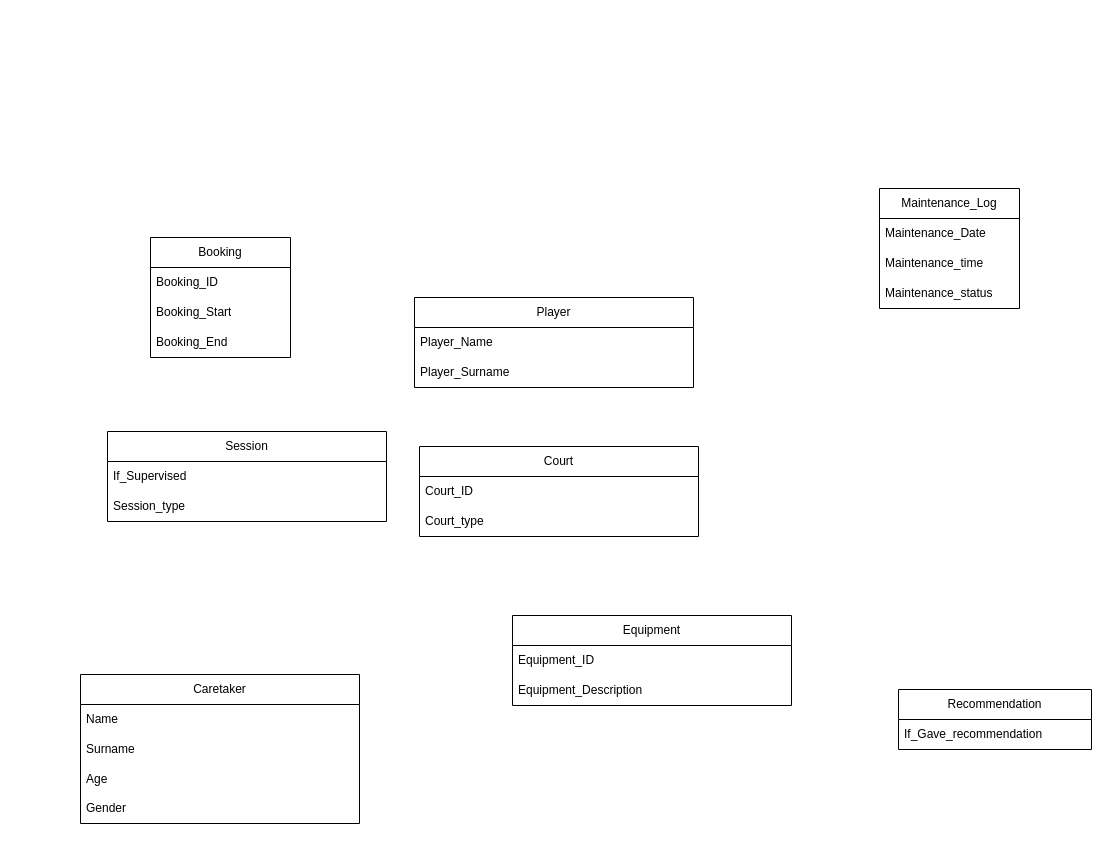
Before: DB_cwk.drawio in frajdzia/DB_cwk, a draw.io diagram. Source tidied: cells renumbered, new cells numbered last; positions are measured from the earlier drawing's top-left corner, leaving out a move shared by most shapes. Both pictures are drawn from the tidied source at 100%, with x=0, y=0 at pixel (80, 188).
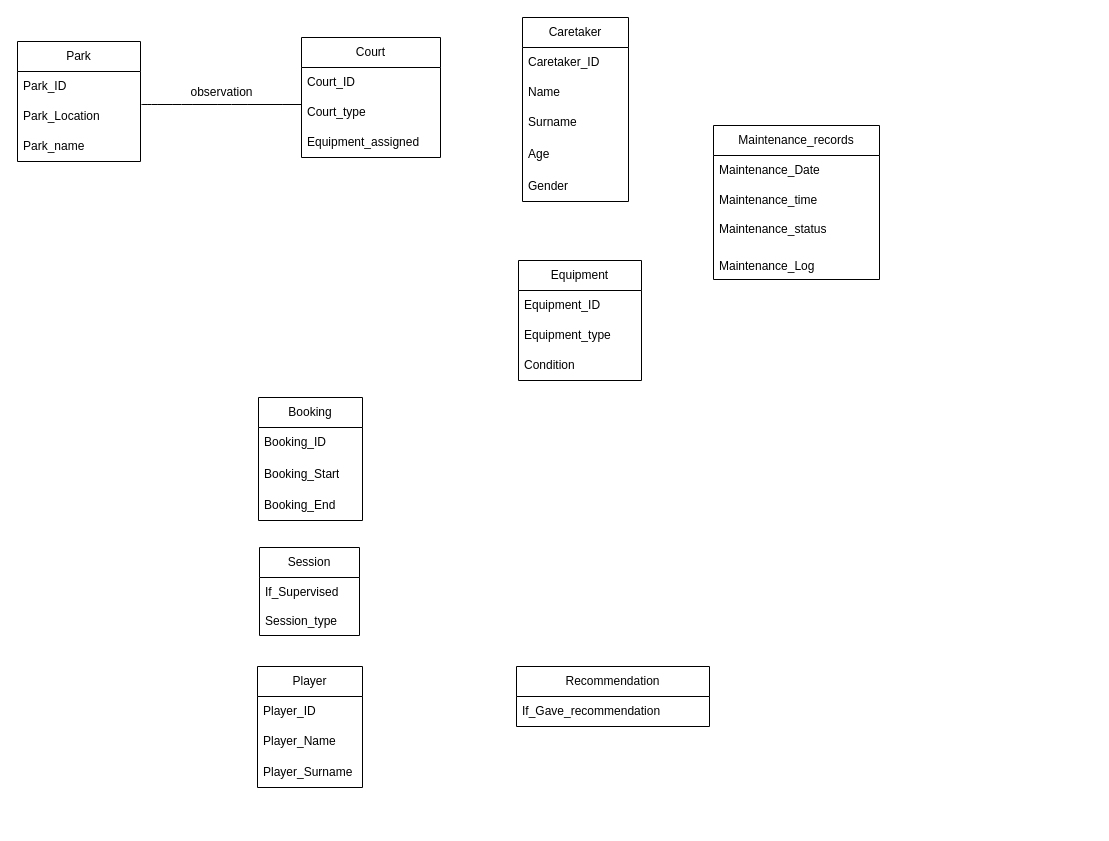
The same page after the edit.

Diff of the diagram source:
```diff
@@
     <mxCell id="2" value="Caretaker" style="swimlane;fontStyle=0;horizontal=1;startSize=30;whiteSpace=wrap;html=1;" parent="1" vertex="1">
-      <mxGeometry y="486" width="279" height="149" as="geometry" />
+      <mxGeometry x="442" y="-171" width="106" height="184" as="geometry" />
     </mxCell>
-    <mxCell id="3" value="Name" style="text;strokeColor=none;fillColor=none;align=left;verticalAlign=middle;spacingLeft=4;spacingRight=4;overflow=hidden;whiteSpace=wrap;html=1;" parent="2" vertex="1">
-      <mxGeometry y="30" width="279" height="30" as="geometry" />
+    <mxCell id="3" value="Caretaker_ID" style="text;strokeColor=none;fillColor=none;align=left;verticalAlign=middle;spacingLeft=4;spacingRight=4;overflow=hidden;whiteSpace=wrap;html=1;" parent="2" vertex="1">
+      <mxGeometry y="30" width="106" height="30" as="geometry" />
     </mxCell>
+    <mxCell id="29" value="Name" style="text;strokeColor=none;fillColor=none;align=left;verticalAlign=middle;spacingLeft=4;spacingRight=4;overflow=hidden;whiteSpace=wrap;html=1;" parent="2" vertex="1">
+      <mxGeometry y="60" width="106" height="30" as="geometry" />
+    </mxCell>
     <mxCell id="4" value="Surname" style="text;strokeColor=none;fillColor=none;align=left;verticalAlign=middle;spacingLeft=4;spacingRight=4;overflow=hidden;whiteSpace=wrap;html=1;" parent="2" vertex="1">
-      <mxGeometry y="60" width="279" height="30" as="geometry" />
+      <mxGeometry y="90" width="106" height="30" as="geometry" />
     </mxCell>
     <mxCell id="5" value="Age" style="text;strokeColor=none;fillColor=none;align=left;verticalAlign=middle;spacingLeft=4;spacingRight=4;overflow=hidden;whiteSpace=wrap;html=1;" parent="2" vertex="1">
-      <mxGeometry y="90" width="279" height="29" as="geometry" />
+      <mxGeometry y="120" width="106" height="34" as="geometry" />
     </mxCell>
     <mxCell id="6" value="Gender" style="text;strokeColor=none;fillColor=none;align=left;verticalAlign=middle;spacingLeft=4;spacingRight=4;overflow=hidden;whiteSpace=wrap;html=1;" parent="2" vertex="1">
-      <mxGeometry y="119" width="279" height="30" as="geometry" />
+      <mxGeometry y="154" width="106" height="30" as="geometry" />
     </mxCell>
     <mxCell id="7" value="Court" style="swimlane;fontStyle=0;horizontal=1;startSize=30;whiteSpace=wrap;html=1;" parent="1" vertex="1">
-      <mxGeometry x="339" y="258" width="279" height="90" as="geometry" />
+      <mxGeometry x="221" y="-151" width="139" height="120" as="geometry" />
     </mxCell>
     <mxCell id="8" value="Court_ID" style="text;strokeColor=none;fillColor=none;align=left;verticalAlign=middle;spacingLeft=4;spacingRight=4;overflow=hidden;whiteSpace=wrap;html=1;" parent="7" vertex="1">
-      <mxGeometry y="30" width="279" height="30" as="geometry" />
+      <mxGeometry y="30" width="139" height="30" as="geometry" />
     </mxCell>
     <mxCell id="9" value="Court_type" style="text;strokeColor=none;fillColor=none;align=left;verticalAlign=middle;spacingLeft=4;spacingRight=4;overflow=hidden;whiteSpace=wrap;html=1;" parent="7" vertex="1">
-      <mxGeometry y="60" width="279" height="30" as="geometry" />
+      <mxGeometry y="60" width="139" height="30" as="geometry" />
     </mxCell>
+    <mxCell id="30" value="Equipment_assigned" style="text;strokeColor=none;fillColor=none;align=left;verticalAlign=middle;spacingLeft=4;spacingRight=4;overflow=hidden;whiteSpace=wrap;html=1;" parent="7" vertex="1">
+      <mxGeometry y="90" width="139" height="30" as="geometry" />
+    </mxCell>
     <mxCell id="10" value="Equipment" style="swimlane;fontStyle=0;horizontal=1;startSize=30;whiteSpace=wrap;html=1;" parent="1" vertex="1">
-      <mxGeometry x="432" y="427" width="279" height="90" as="geometry" />
+      <mxGeometry x="438" y="72" width="123" height="120" as="geometry" />
     </mxCell>
     <mxCell id="11" value="Equipment_ID" style="text;strokeColor=none;fillColor=none;align=left;verticalAlign=middle;spacingLeft=4;spacingRight=4;overflow=hidden;whiteSpace=wrap;html=1;" parent="10" vertex="1">
-      <mxGeometry y="30" width="279" height="30" as="geometry" />
+      <mxGeometry y="30" width="123" height="30" as="geometry" />
     </mxCell>
-    <mxCell id="12" value="Equipment_Description" style="text;strokeColor=none;fillColor=none;align=left;verticalAlign=middle;spacingLeft=4;spacingRight=4;overflow=hidden;whiteSpace=wrap;html=1;" parent="10" vertex="1">
-      <mxGeometry y="60" width="279" height="30" as="geometry" />
+    <mxCell id="12" value="Equipment_type" style="text;strokeColor=none;fillColor=none;align=left;verticalAlign=middle;spacingLeft=4;spacingRight=4;overflow=hidden;whiteSpace=wrap;html=1;" parent="10" vertex="1">
+      <mxGeometry y="60" width="123" height="30" as="geometry" />
     </mxCell>
+    <mxCell id="31" value="Condition" style="text;strokeColor=none;fillColor=none;align=left;verticalAlign=middle;spacingLeft=4;spacingRight=4;overflow=hidden;whiteSpace=wrap;html=1;" parent="10" vertex="1">
+      <mxGeometry y="90" width="123" height="30" as="geometry" />
+    </mxCell>
     <mxCell id="13" value="Session" style="swimlane;fontStyle=0;horizontal=1;startSize=30;whiteSpace=wrap;html=1;" parent="1" vertex="1">
-      <mxGeometry x="27" y="243" width="279" height="90" as="geometry" />
+      <mxGeometry x="179" y="359" width="100" height="88" as="geometry" />
     </mxCell>
     <mxCell id="14" value="If_Supervised" style="text;strokeColor=none;fillColor=none;align=left;verticalAlign=middle;spacingLeft=4;spacingRight=4;overflow=hidden;whiteSpace=wrap;html=1;" parent="13" vertex="1">
-      <mxGeometry y="30" width="279" height="30" as="geometry" />
+      <mxGeometry y="30" width="100" height="30" as="geometry" />
     </mxCell>
     <mxCell id="15" value="Session_type" style="text;strokeColor=none;fillColor=none;align=left;verticalAlign=middle;spacingLeft=4;spacingRight=4;overflow=hidden;whiteSpace=wrap;html=1;" parent="13" vertex="1">
-      <mxGeometry y="60" width="279" height="30" as="geometry" />
+      <mxGeometry y="60" width="100" height="28" as="geometry" />
     </mxCell>
     <mxCell id="16" value="Player" style="swimlane;fontStyle=0;horizontal=1;startSize=30;whiteSpace=wrap;html=1;" parent="1" vertex="1">
-      <mxGeometry x="334" y="109" width="279" height="90" as="geometry" />
+      <mxGeometry x="177" y="478" width="105" height="121" as="geometry" />
     </mxCell>
-    <mxCell id="17" value="Player_Name" style="text;strokeColor=none;fillColor=none;align=left;verticalAlign=middle;spacingLeft=4;spacingRight=4;overflow=hidden;whiteSpace=wrap;html=1;" parent="16" vertex="1">
-      <mxGeometry y="30" width="279" height="30" as="geometry" />
+    <mxCell id="17" value="Player_ID" style="text;strokeColor=none;fillColor=none;align=left;verticalAlign=middle;spacingLeft=4;spacingRight=4;overflow=hidden;whiteSpace=wrap;html=1;" parent="16" vertex="1">
+      <mxGeometry y="30" width="105" height="30" as="geometry" />
     </mxCell>
+    <mxCell id="32" value="Player_Name" style="text;strokeColor=none;fillColor=none;align=left;verticalAlign=middle;spacingLeft=4;spacingRight=4;overflow=hidden;whiteSpace=wrap;html=1;" parent="16" vertex="1">
+      <mxGeometry y="60" width="105" height="30" as="geometry" />
+    </mxCell>
     <mxCell id="18" value="Player_Surname" style="text;strokeColor=none;fillColor=none;align=left;verticalAlign=middle;spacingLeft=4;spacingRight=4;overflow=hidden;whiteSpace=wrap;html=1;" parent="16" vertex="1">
-      <mxGeometry y="60" width="279" height="30" as="geometry" />
+      <mxGeometry y="90" width="105" height="31" as="geometry" />
     </mxCell>
     <mxCell id="19" value="Recommendation" style="swimlane;fontStyle=0;horizontal=1;startSize=30;whiteSpace=wrap;html=1;" parent="1" vertex="1">
-      <mxGeometry x="818" y="501" width="193" height="60" as="geometry" />
+      <mxGeometry x="436" y="478" width="193" height="60" as="geometry" />
     </mxCell>
@@
     <mxCell id="21" value="Booking" style="swimlane;fontStyle=0;horizontal=1;startSize=30;whiteSpace=wrap;html=1;" parent="1" vertex="1">
-      <mxGeometry x="70" y="49" width="140" height="120" as="geometry" />
+      <mxGeometry x="178" y="209" width="104" height="123" as="geometry" />
     </mxCell>
     <mxCell id="22" value="Booking_ID" style="text;strokeColor=none;fillColor=none;align=left;verticalAlign=middle;spacingLeft=4;spacingRight=4;overflow=hidden;whiteSpace=wrap;html=1;" parent="21" vertex="1">
-      <mxGeometry y="30" width="140" height="30" as="geometry" />
+      <mxGeometry y="30" width="104" height="30" as="geometry" />
     </mxCell>
     <mxCell id="23" value="Booking_Start" style="text;strokeColor=none;fillColor=none;align=left;verticalAlign=middle;spacingLeft=4;spacingRight=4;overflow=hidden;whiteSpace=wrap;html=1;" parent="21" vertex="1">
-      <mxGeometry y="60" width="140" height="30" as="geometry" />
+      <mxGeometry y="60" width="104" height="33" as="geometry" />
     </mxCell>
     <mxCell id="24" value="Booking_End" style="text;strokeColor=none;fillColor=none;align=left;verticalAlign=middle;spacingLeft=4;spacingRight=4;overflow=hidden;whiteSpace=wrap;html=1;" parent="21" vertex="1">
-      <mxGeometry y="90" width="140" height="30" as="geometry" />
+      <mxGeometry y="93" width="104" height="30" as="geometry" />
     </mxCell>
-    <mxCell id="25" value="Maintenance_Log" style="swimlane;fontStyle=0;horizontal=1;startSize=30;whiteSpace=wrap;html=1;" parent="1" vertex="1">
-      <mxGeometry x="799" width="140" height="120" as="geometry" />
+    <mxCell id="25" value="Maintenance_records" style="swimlane;fontStyle=0;horizontal=1;startSize=30;whiteSpace=wrap;html=1;" parent="1" vertex="1">
+      <mxGeometry x="633" y="-63" width="166" height="154" as="geometry" />
     </mxCell>
     <mxCell id="26" value="Maintenance_Date" style="text;strokeColor=none;fillColor=none;align=left;verticalAlign=middle;spacingLeft=4;spacingRight=4;overflow=hidden;whiteSpace=wrap;html=1;" parent="25" vertex="1">
-      <mxGeometry y="30" width="140" height="30" as="geometry" />
+      <mxGeometry y="30" width="166" height="30" as="geometry" />
     </mxCell>
     <mxCell id="27" value="Maintenance_time" style="text;strokeColor=none;fillColor=none;align=left;verticalAlign=middle;spacingLeft=4;spacingRight=4;overflow=hidden;whiteSpace=wrap;html=1;" parent="25" vertex="1">
-      <mxGeometry y="60" width="140" height="30" as="geometry" />
+      <mxGeometry y="60" width="166" height="30" as="geometry" />
     </mxCell>
     <mxCell id="28" value="Maintenance_status" style="text;strokeColor=none;fillColor=none;align=left;verticalAlign=middle;spacingLeft=4;spacingRight=4;overflow=hidden;whiteSpace=wrap;html=1;" parent="25" vertex="1">
-      <mxGeometry y="90" width="140" height="30" as="geometry" />
+      <mxGeometry y="90" width="166" height="27" as="geometry" />
     </mxCell>
+    <mxCell id="33" value="&#10;&lt;span style=&quot;color: rgb(0, 0, 0); font-family: Helvetica; font-size: 12px; font-style: normal; font-variant-ligatures: normal; font-variant-caps: normal; font-weight: 400; letter-spacing: normal; orphans: 2; text-align: center; text-indent: 0px; text-transform: none; widows: 2; word-spacing: 0px; -webkit-text-stroke-width: 0px; white-space: normal; background-color: rgb(255, 255, 255); text-decoration-thickness: initial; text-decoration-style: initial; text-decoration-color: initial; display: inline !important; float: none;&quot;&gt;Maintenance_Log&lt;/span&gt;&#10;&#10;" style="text;strokeColor=none;fillColor=none;align=left;verticalAlign=middle;spacingLeft=4;spacingRight=4;overflow=hidden;whiteSpace=wrap;html=1;" parent="25" vertex="1">
+      <mxGeometry y="117" width="166" height="37" as="geometry" />
+    </mxCell>
+    <mxCell id="34" value="Park" style="swimlane;fontStyle=0;horizontal=1;startSize=30;whiteSpace=wrap;html=1;" parent="1" vertex="1">
+      <mxGeometry x="-63" y="-147" width="123" height="120" as="geometry" />
+    </mxCell>
+    <mxCell id="35" value="Park_ID" style="text;strokeColor=none;fillColor=none;align=left;verticalAlign=middle;spacingLeft=4;spacingRight=4;overflow=hidden;whiteSpace=wrap;html=1;" parent="34" vertex="1">
+      <mxGeometry y="30" width="123" height="30" as="geometry" />
+    </mxCell>
+    <mxCell id="36" value="Park_Location" style="text;strokeColor=none;fillColor=none;align=left;verticalAlign=middle;spacingLeft=4;spacingRight=4;overflow=hidden;whiteSpace=wrap;html=1;" parent="34" vertex="1">
+      <mxGeometry y="60" width="123" height="30" as="geometry" />
+    </mxCell>
+    <mxCell id="37" value="Park_name" style="text;strokeColor=none;fillColor=none;align=left;verticalAlign=middle;spacingLeft=4;spacingRight=4;overflow=hidden;whiteSpace=wrap;html=1;" parent="34" vertex="1">
+      <mxGeometry y="90" width="123" height="30" as="geometry" />
+    </mxCell>
+    <mxCell id="38" value="observation" style="endArrow=none;html=1;endSize=12;startArrow=none;startSize=14;startFill=0;edgeStyle=orthogonalEdgeStyle;align=center;verticalAlign=bottom;endFill=0;rounded=0;fontSize=12;curved=1;" parent="1" edge="1">
+      <mxGeometry y="3" relative="1" as="geometry">
+        <mxPoint x="61" y="-84" as="sourcePoint" />
+        <mxPoint x="221" y="-84" as="targetPoint" />
+      </mxGeometry>
+    </mxCell>
```
